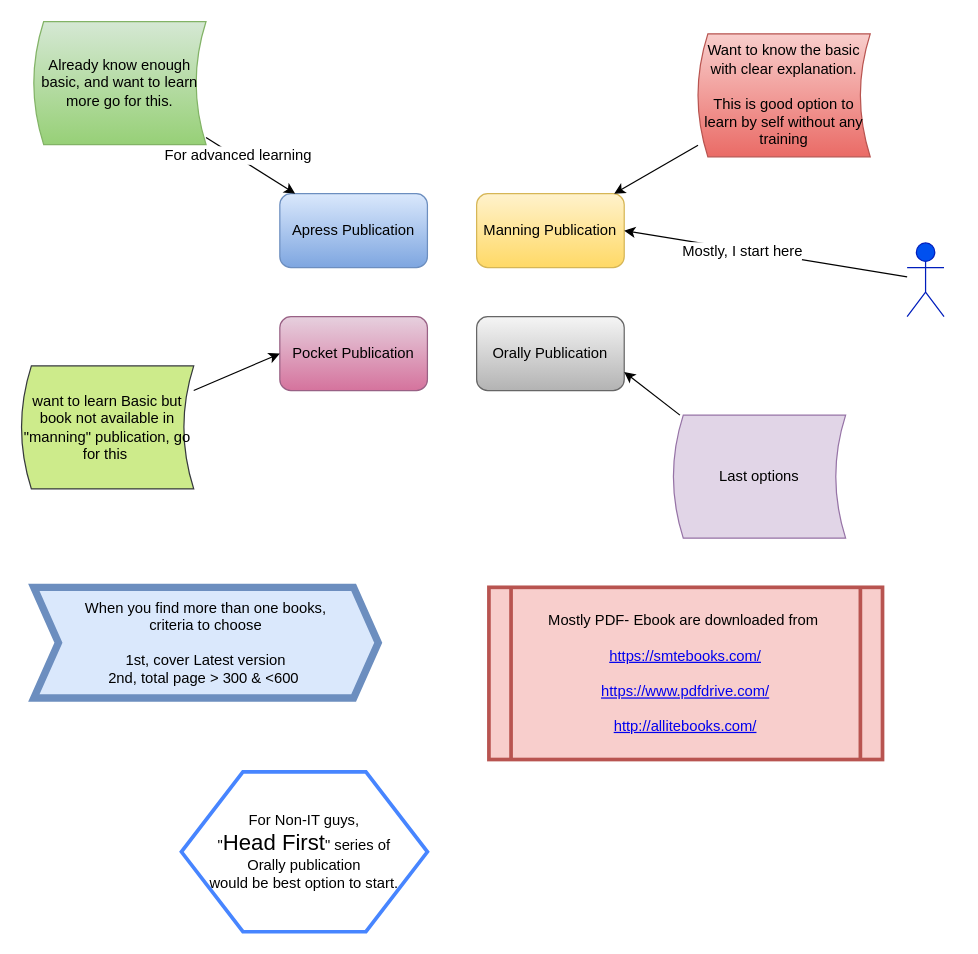
This is My Articles/Technical Book Pulication Selection.drawio from anbarasan-raji/books, a draw.io file, before an edit. Source tidied: cells renumbered, new cells numbered last; positions are measured from the earlier drawing's top-left corner, leaving out a move shared by most shapes. Both pictures are drawn from the tidied source at 123%, with x=0, y=0 at pixel (21, 21).
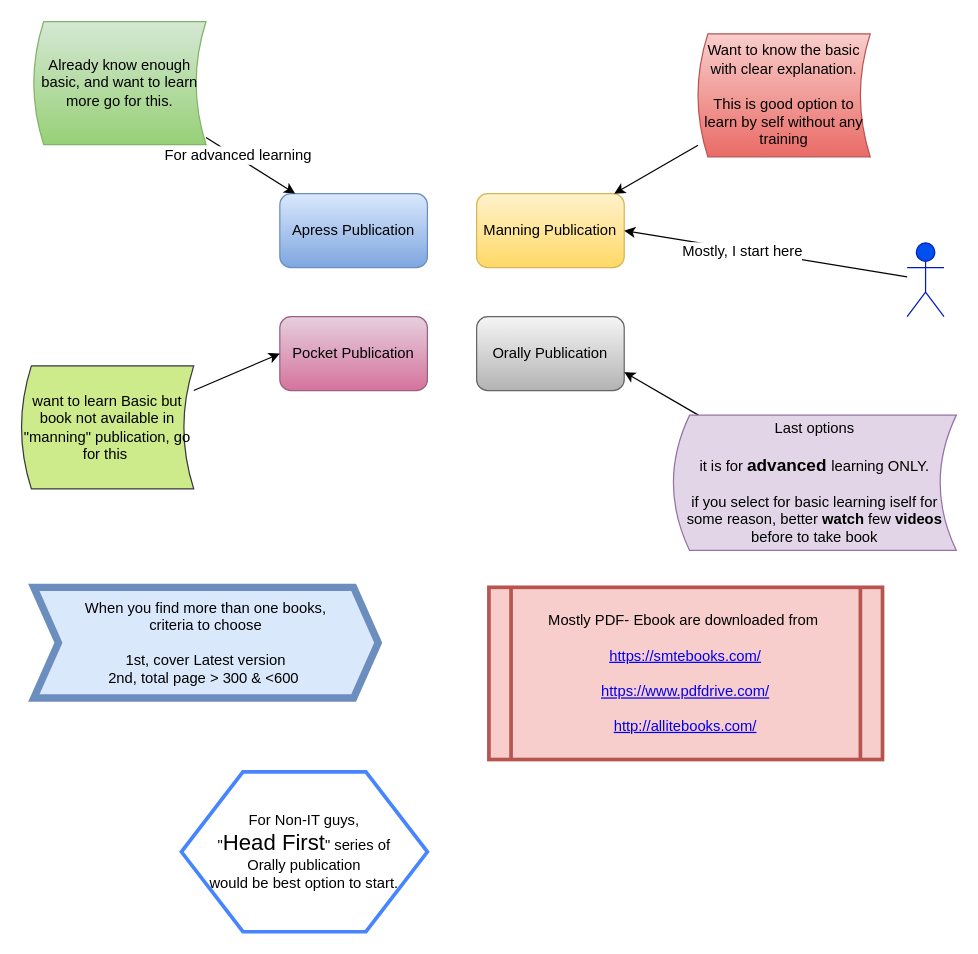
Above is the later version.

Change to the diagram source:
```diff
@@
-    <mxCell id="14" value="Last options" style="shape=dataStorage;whiteSpace=wrap;html=1;size=0.05714285714285714;fillColor=#e1d5e7;strokeColor=#9673a6;" parent="1" vertex="1">
-      <mxGeometry x="530" y="320" width="140" height="100" as="geometry" />
+    <mxCell id="14" value="Last options&lt;br&gt;&lt;br&gt;it is for &lt;b&gt;&lt;font style=&quot;font-size: 14px&quot;&gt;advanced &lt;/font&gt;&lt;/b&gt;learning ONLY.&lt;br&gt;&lt;br&gt;if you select for basic learning iself for some reason, better &lt;b&gt;watch &lt;/b&gt;few &lt;b&gt;videos &lt;/b&gt;before to take book" style="shape=dataStorage;whiteSpace=wrap;html=1;size=0.05714285714285714;fillColor=#e1d5e7;strokeColor=#9673a6;" parent="1" vertex="1">
+      <mxGeometry x="530" y="320" width="230" height="110" as="geometry" />
     </mxCell>
```
